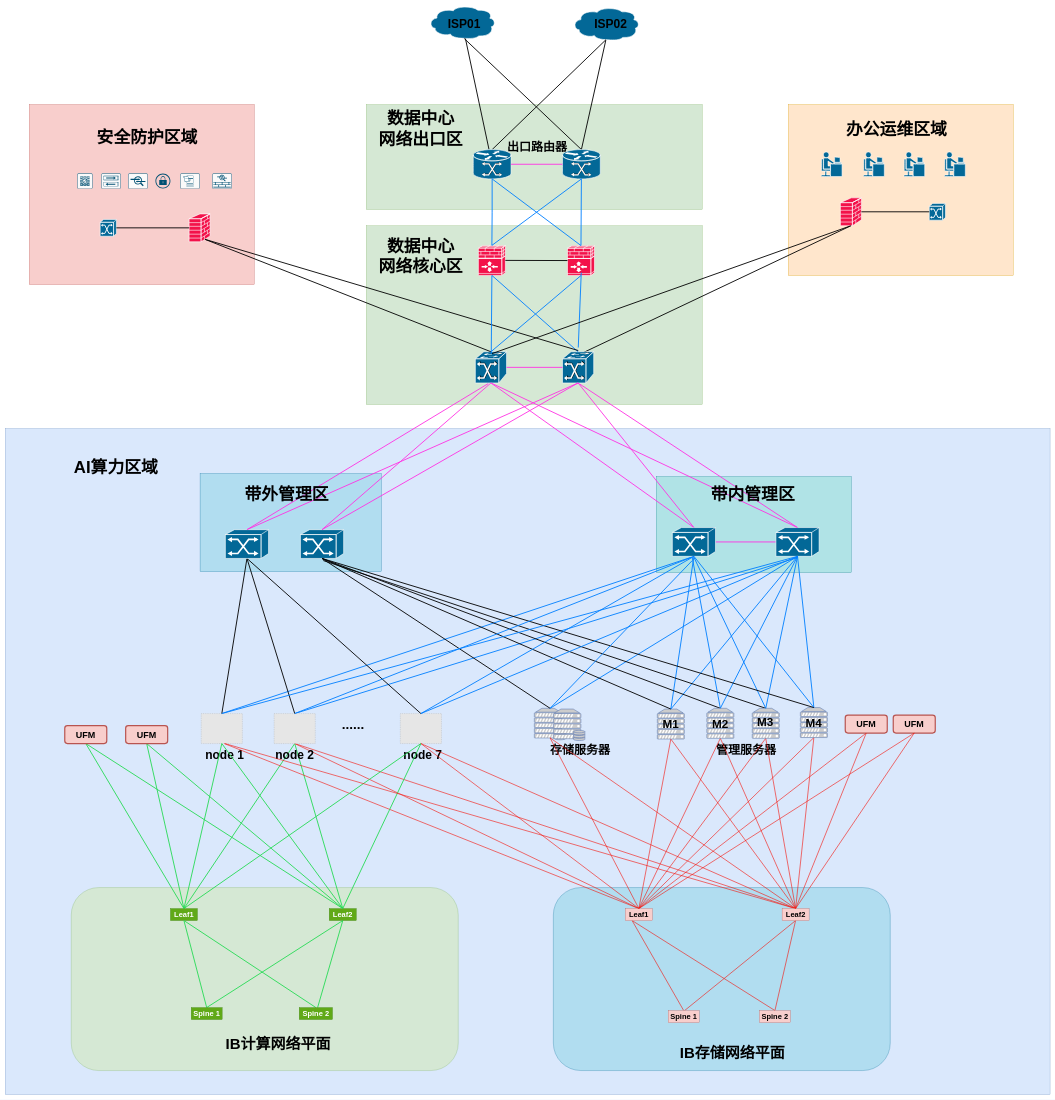
hel-2000/network-draw keeps this draw.io diagram as 数据中心fuzhou组网-7nodes-包括IB整体组网--计算IB带UFMV1.0-1228.drawio. Above is the earlier version. Source tidied: cells renumbered, new cells numbered last; positions are measured from the earlier drawing's top-left corner, leaving out a move shared by most shapes. Both pictures are drawn from the tidied source at 30%, with x=0, y=0 at pixel (5, 5). Pictures stored in the file or linked from it are replaced by grey dashed boxes.
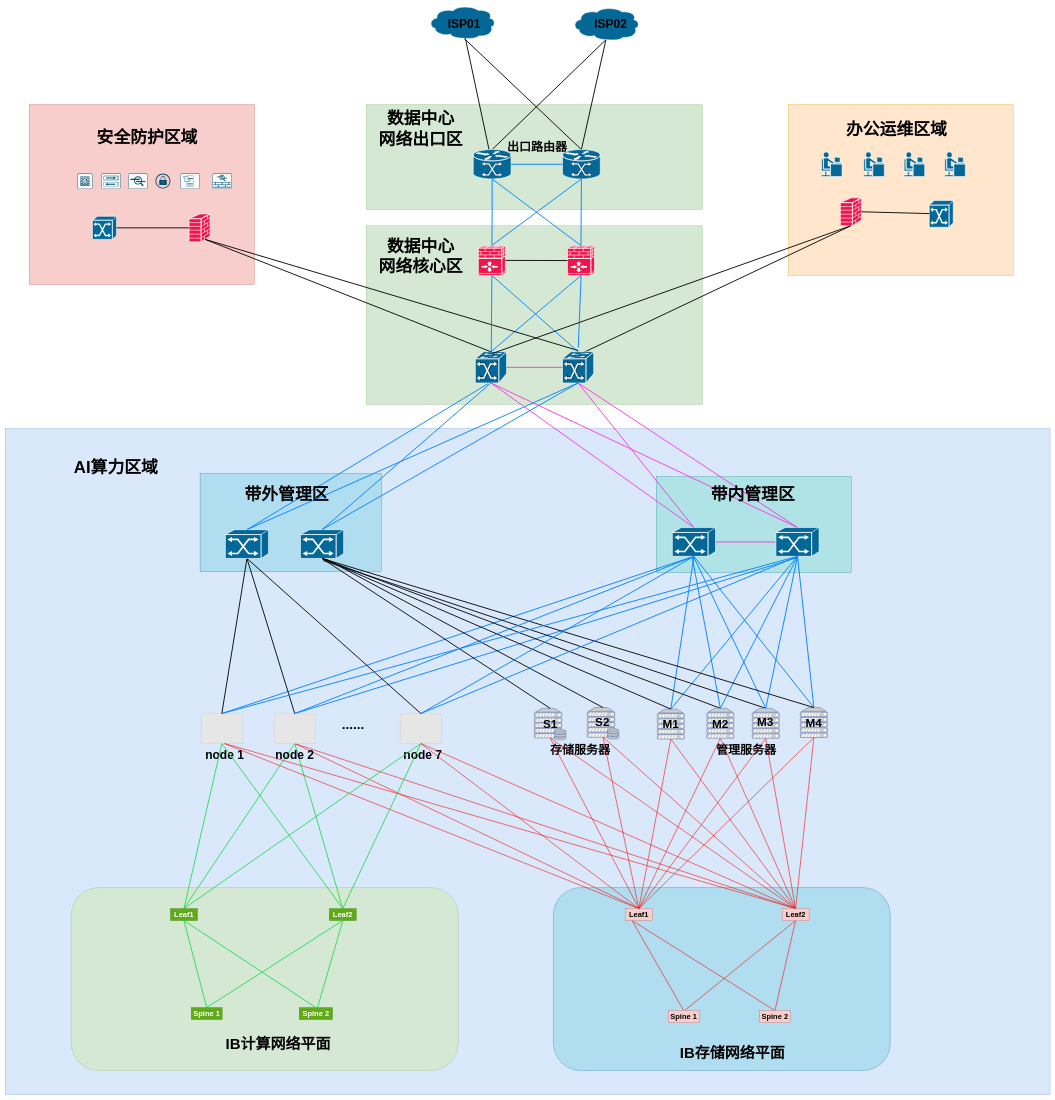
The same diagram, later.

Commit message:
更新数据中心fuzhou组网-7nodes-包括IB整体组网--计算IB带UFMV1.0-1228.drawio

The change refers to these unchanged cells:
```xml
<mxCell id="13" style="shape=mxgraph.cisco.switches.atm_fast_gigabit_etherswitch;sketch=0;html=1;dashed=0;fillColor=#036897;strokeColor=#ffffff;strokeWidth=2;verticalLabelPosition=bottom;verticalAlign=top;align=center;outlineConnect=0;" parent="1" vertex="1">
  <mxGeometry x="1567" y="1154" width="104" height="104" as="geometry" />
</mxCell>
<mxCell id="27" style="fontColor=#0066CC;verticalAlign=top;verticalLabelPosition=bottom;labelPosition=center;align=center;html=1;outlineConnect=0;fillColor=#CCCCCC;strokeColor=#6881B3;gradientColor=none;gradientDirection=north;strokeWidth=2;shape=mxgraph.networks.server_storage;" parent="1" vertex="1">
  <mxGeometry x="1763.6" y="2342.5" width="105" height="105" as="geometry" />
</mxCell>
<mxCell id="45" style="shape=mxgraph.cisco.switches.atm_fast_gigabit_etherswitch;sketch=0;html=1;dashed=0;fillColor=#036897;strokeColor=#ffffff;strokeWidth=2;verticalLabelPosition=bottom;verticalAlign=top;align=center;outlineConnect=0;" parent="1" vertex="1">
  <mxGeometry x="1857.5" y="1154" width="104" height="104" as="geometry" />
</mxCell>
<mxCell id="46" style="shape=mxgraph.cisco.switches.atm_switch;sketch=0;html=1;dashed=0;fillColor=#036897;strokeColor=#ffffff;strokeWidth=2;verticalLabelPosition=bottom;verticalAlign=top;align=center;outlineConnect=0;" parent="1" vertex="1">
  <mxGeometry x="2568.9" y="1740" width="144" height="96" as="geometry" />
</mxCell>
<mxCell id="74" style="shape=mxgraph.cisco.switches.atm_switch;sketch=0;html=1;dashed=0;fillColor=#036897;strokeColor=#ffffff;strokeWidth=2;verticalLabelPosition=bottom;verticalAlign=top;align=center;outlineConnect=0;" parent="1" vertex="1">
  <mxGeometry x="733.7" y="1747" width="144" height="96" as="geometry" />
</mxCell>
<mxCell id="75" style="shape=mxgraph.cisco.switches.atm_switch;sketch=0;html=1;dashed=0;fillColor=#036897;strokeColor=#ffffff;strokeWidth=2;verticalLabelPosition=bottom;verticalAlign=top;align=center;outlineConnect=0;" parent="1" vertex="1">
  <mxGeometry x="984" y="1747" width="144" height="96" as="geometry" />
</mxCell>
<mxCell id="98" value="&lt;b&gt;&lt;font style=&quot;font-size: 25px;&quot;&gt;Leaf1&lt;/font&gt;&lt;/b&gt;" style="rounded=0;whiteSpace=wrap;html=1;fillColor=#60a917;strokeColor=#2D7600;fontColor=#ffffff;" parent="1" vertex="1">
  <mxGeometry x="550.6" y="3010" width="90" height="40" as="geometry" />
</mxCell>
<mxCell id="102" value="&lt;b style=&quot;&quot;&gt;&lt;font style=&quot;&quot;&gt;&lt;font style=&quot;font-size: 25px;&quot;&gt;Leaf2&lt;/font&gt;&lt;br&gt;&lt;/font&gt;&lt;/b&gt;" style="rounded=0;whiteSpace=wrap;html=1;fillColor=#60a917;fontColor=#ffffff;strokeColor=#2D7600;" parent="1" vertex="1">
  <mxGeometry x="1080" y="3010" width="90.2" height="40" as="geometry" />
</mxCell>
<mxCell id="122" value="&lt;b&gt;&lt;font style=&quot;font-size: 25px;&quot;&gt;Leaf1&lt;/font&gt;&lt;/b&gt;" style="rounded=0;whiteSpace=wrap;html=1;fillColor=#f8cecc;strokeColor=#b85450;" parent="1" vertex="1">
  <mxGeometry x="2067" y="3010" width="90" height="40" as="geometry" />
</mxCell>
<mxCell id="126" value="&lt;b&gt;&lt;font style=&quot;font-size: 25px;&quot;&gt;Leaf2&lt;/font&gt;&lt;/b&gt;" style="rounded=0;whiteSpace=wrap;html=1;fillColor=#f8cecc;strokeColor=#b85450;" parent="1" vertex="1">
  <mxGeometry x="2589.5" y="3010" width="90" height="40" as="geometry" />
</mxCell>
<mxCell id="142" style="shape=mxgraph.cisco.routers.gigabit_switch_atm_tag_router;sketch=0;html=1;dashed=0;fillColor=#036897;strokeColor=#ffffff;strokeWidth=2;verticalLabelPosition=bottom;verticalAlign=top;align=center;outlineConnect=0;" parent="1" vertex="1">
  <mxGeometry x="1560" y="480" width="126" height="98" as="geometry" />
</mxCell>
<mxCell id="143" style="shape=mxgraph.cisco.routers.gigabit_switch_atm_tag_router;sketch=0;html=1;dashed=0;fillColor=#036897;strokeColor=#ffffff;strokeWidth=2;verticalLabelPosition=bottom;verticalAlign=top;align=center;outlineConnect=0;" parent="1" vertex="1">
  <mxGeometry x="1857.5" y="480" width="126" height="98" as="geometry" />
</mxCell>
```

The edit, as a diff of the source:
```diff
@@
     <mxCell id="38" style="shape=mxgraph.cisco.switches.atm_switch;sketch=0;html=1;dashed=0;fillColor=#036897;strokeColor=#ffffff;strokeWidth=2;verticalLabelPosition=bottom;verticalAlign=top;align=center;outlineConnect=0;" parent="1" vertex="1">
-      <mxGeometry x="3080" y="659.5" width="54" height="56" as="geometry" />
+      <mxGeometry x="3080" y="650" width="80" height="89" as="geometry" />
     </mxCell>
     <mxCell id="39" style="shape=mxgraph.cisco.switches.atm_switch;sketch=0;html=1;dashed=0;fillColor=#036897;strokeColor=#ffffff;strokeWidth=2;verticalLabelPosition=bottom;verticalAlign=top;align=center;outlineConnect=0;" parent="1" vertex="1">
-      <mxGeometry x="316.4" y="713" width="54" height="56" as="geometry" />
+      <mxGeometry x="290.6" y="702.5" width="80.4" height="77" as="geometry" />
     </mxCell>
@@
     <mxCell id="56" style="fontColor=#0066CC;verticalAlign=top;verticalLabelPosition=bottom;labelPosition=center;align=center;html=1;outlineConnect=0;fillColor=#CCCCCC;strokeColor=#6881B3;gradientColor=none;gradientDirection=north;strokeWidth=2;shape=mxgraph.networks.server_storage;" parent="1" vertex="1">
-      <mxGeometry x="1827" y="2345" width="105" height="105" as="geometry" />
+      <mxGeometry x="1940" y="2340" width="105" height="105" as="geometry" />
     </mxCell>
@@
-    <mxCell id="65" style="rounded=0;jettySize=auto;html=1;exitX=0.5;exitY=0;exitDx=0;exitDy=0;exitPerimeter=0;entryX=0.5;entryY=1;entryDx=0;entryDy=0;entryPerimeter=0;endArrow=none;strokeWidth=3;endFill=0;strokeColor=#007FFF;" parent="1" edge="1" source="27" target="46">
-      <mxGeometry relative="1" as="geometry" />
+    <mxCell id="65" style="rounded=0;jettySize=auto;html=1;exitX=0.5;exitY=0;exitDx=0;exitDy=0;endArrow=none;strokeWidth=3;endFill=0;strokeColor=default;exitPerimeter=0;" parent="1" edge="1" source="56">
+      <mxGeometry relative="1" as="geometry">
+        <mxPoint x="1060" y="1840" as="targetPoint" />
+      </mxGeometry>
     </mxCell>
@@
-    <mxCell id="70" style="rounded=0;jettySize=auto;html=1;exitX=0.5;exitY=0;exitDx=0;exitDy=0;exitPerimeter=0;endArrow=none;strokeColor=#ff33e4;strokeWidth=3;endFill=0;" parent="1" edge="1" source="74">
+    <mxCell id="70" style="rounded=0;jettySize=auto;html=1;exitX=0.5;exitY=0;exitDx=0;exitDy=0;exitPerimeter=0;endArrow=none;strokeColor=#007FFF;strokeWidth=3;endFill=0;" parent="1" edge="1" source="74">
       <mxGeometry relative="1" as="geometry">
         <mxPoint x="1610" y="1260" as="targetPoint" />
       </mxGeometry>
     </mxCell>
@@
-    <mxCell id="76" style="rounded=0;jettySize=auto;html=1;exitX=0.5;exitY=0;exitDx=0;exitDy=0;exitPerimeter=0;entryX=0.5;entryY=1;entryDx=0;entryDy=0;entryPerimeter=0;endArrow=none;strokeColor=#ff33e4;strokeWidth=3;endFill=0;" parent="1" edge="1" source="74" target="45">
+    <mxCell id="76" style="rounded=0;jettySize=auto;html=1;exitX=0.5;exitY=0;exitDx=0;exitDy=0;exitPerimeter=0;entryX=0.5;entryY=1;entryDx=0;entryDy=0;entryPerimeter=0;endArrow=none;strokeColor=#007FFF;strokeWidth=3;endFill=0;" parent="1" edge="1" source="74" target="45">
       <mxGeometry relative="1" as="geometry" />
     </mxCell>
-    <mxCell id="77" style="rounded=0;jettySize=auto;html=1;exitX=0.5;exitY=0;exitDx=0;exitDy=0;exitPerimeter=0;entryX=0.5;entryY=1;entryDx=0;entryDy=0;entryPerimeter=0;endArrow=none;strokeColor=#ff33e4;strokeWidth=3;endFill=0;" parent="1" edge="1" source="75" target="13">
+    <mxCell id="77" style="rounded=0;jettySize=auto;html=1;exitX=0.5;exitY=0;exitDx=0;exitDy=0;exitPerimeter=0;entryX=0.5;entryY=1;entryDx=0;entryDy=0;entryPerimeter=0;endArrow=none;strokeColor=#007FFF;strokeWidth=3;endFill=0;" parent="1" edge="1" source="75" target="13">
       <mxGeometry relative="1" as="geometry" />
     </mxCell>
-    <mxCell id="78" style="rounded=0;jettySize=auto;html=1;exitX=0.5;exitY=0;exitDx=0;exitDy=0;exitPerimeter=0;entryX=0.5;entryY=1;entryDx=0;entryDy=0;entryPerimeter=0;endArrow=none;strokeColor=#ff33e4;strokeWidth=3;endFill=0;" parent="1" edge="1" source="75" target="45">
+    <mxCell id="78" style="rounded=0;jettySize=auto;html=1;exitX=0.5;exitY=0;exitDx=0;exitDy=0;exitPerimeter=0;entryX=0.5;entryY=1;entryDx=0;entryDy=0;entryPerimeter=0;endArrow=none;strokeColor=#007FFF;strokeWidth=3;endFill=0;" parent="1" edge="1" source="75" target="45">
       <mxGeometry relative="1" as="geometry" />
     </mxCell>
@@
-    <mxCell id="94" value="&lt;font style=&quot;font-size: 30px;&quot;&gt;&lt;b&gt;UFM&lt;/b&gt;&lt;/font&gt;" style="rounded=1;whiteSpace=wrap;html=1;strokeColor=#b85450;strokeWidth=4;fillColor=#f8cecc;" parent="1" vertex="1">
-      <mxGeometry x="2960" y="2365" width="140" height="60" as="geometry" />
-    </mxCell>
@@
-    <mxCell id="110" style="rounded=0;jettySize=auto;html=1;endArrow=none;strokeColor=#f5120a;fillColor=#f8cecc;strokeWidth=2;endFill=0;exitX=0.5;exitY=1;exitDx=0;exitDy=0;entryX=0.5;entryY=0;entryDx=0;entryDy=0;" parent="1" edge="1" source="111" target="122">
-      <mxGeometry relative="1" as="geometry" />
-    </mxCell>
-    <mxCell id="111" value="&lt;font style=&quot;font-size: 30px;&quot;&gt;&lt;b&gt;UFM&lt;/b&gt;&lt;/font&gt;" style="rounded=1;whiteSpace=wrap;html=1;strokeColor=#b85450;strokeWidth=4;fillColor=#f8cecc;" parent="1" vertex="1">
-      <mxGeometry x="2800" y="2365" width="140" height="60" as="geometry" />
-    </mxCell>
@@
-    <mxCell id="121" style="rounded=0;jettySize=auto;html=1;entryX=0.5;entryY=1;entryDx=0;entryDy=0;endArrow=none;strokeColor=#f5120a;fillColor=#f8cecc;strokeWidth=2;endFill=0;exitX=0.5;exitY=0;exitDx=0;exitDy=0;" parent="1" edge="1" source="122" target="94">
-      <mxGeometry relative="1" as="geometry" />
-    </mxCell>
+    <mxCell id="174" style="rounded=0;jettySize=auto;html=1;exitX=0.5;exitY=0;exitDx=0;exitDy=0;endArrow=none;strokeColor=#f5120a;fillColor=#f8cecc;strokeWidth=2;endFill=0;entryX=0.5;entryY=0.94;entryDx=0;entryDy=0;entryPerimeter=0;" parent="1" edge="1" source="122" target="56">
+      <mxGeometry relative="1" as="geometry" />
+    </mxCell>
@@
-    <mxCell id="124" style="rounded=0;jettySize=auto;html=1;exitX=0.5;exitY=0;exitDx=0;exitDy=0;endArrow=none;strokeColor=#f5120a;fillColor=#f8cecc;strokeWidth=2;endFill=0;entryX=0.5;entryY=1;entryDx=0;entryDy=0;" parent="1" edge="1" source="126" target="111">
-      <mxGeometry relative="1" as="geometry" />
-    </mxCell>
-    <mxCell id="125" style="rounded=0;jettySize=auto;html=1;exitX=0.5;exitY=0;exitDx=0;exitDy=0;endArrow=none;strokeColor=#f5120a;fillColor=#f8cecc;strokeWidth=2;endFill=0;entryX=0.5;entryY=1;entryDx=0;entryDy=0;" parent="1" edge="1" source="126" target="94">
-      <mxGeometry relative="1" as="geometry" />
-    </mxCell>
+    <mxCell id="175" style="rounded=0;jettySize=auto;html=1;exitX=0.5;exitY=0;exitDx=0;exitDy=0;endArrow=none;strokeColor=#f5120a;fillColor=#f8cecc;strokeWidth=2;endFill=0;entryX=0.5;entryY=0.94;entryDx=0;entryDy=0;entryPerimeter=0;" parent="1" edge="1" source="126" target="56">
+      <mxGeometry relative="1" as="geometry" />
+    </mxCell>
@@
-    <mxCell id="144" style="rounded=0;jettySize=auto;html=1;exitX=1;exitY=0.5;exitDx=0;exitDy=0;exitPerimeter=0;entryX=0;entryY=0.5;entryDx=0;entryDy=0;entryPerimeter=0;endArrow=none;strokeColor=#ff33e4;strokeWidth=3;endFill=0;" parent="1" edge="1" source="142" target="143">
+    <mxCell id="144" style="rounded=0;jettySize=auto;html=1;exitX=1;exitY=0.5;exitDx=0;exitDy=0;exitPerimeter=0;entryX=0;entryY=0.5;entryDx=0;entryDy=0;entryPerimeter=0;endArrow=none;strokeColor=#007FFF;strokeWidth=3;endFill=0;" parent="1" edge="1" source="142" target="143">
       <mxGeometry relative="1" as="geometry" />
     </mxCell>
@@
-    <mxCell id="162" style="rounded=0;jettySize=auto;html=1;exitX=0.5;exitY=1;exitDx=0;exitDy=0;endArrow=none;strokeColor=#29db56;endFill=0;strokeWidth=3;entryX=0.5;entryY=0;entryDx=0;entryDy=0;" parent="1" edge="1" source="164" target="102">
-      <mxGeometry relative="1" as="geometry" />
-    </mxCell>
-    <mxCell id="163" style="rounded=0;jettySize=auto;html=1;exitX=0.5;exitY=1;exitDx=0;exitDy=0;endArrow=none;strokeColor=#29db56;endFill=0;strokeWidth=3;entryX=0.5;entryY=0;entryDx=0;entryDy=0;" parent="1" edge="1" source="164" target="98">
-      <mxGeometry relative="1" as="geometry" />
-    </mxCell>
-    <mxCell id="164" value="&lt;font style=&quot;font-size: 30px;&quot;&gt;&lt;b&gt;UFM&lt;/b&gt;&lt;/font&gt;" style="rounded=1;whiteSpace=wrap;html=1;strokeColor=#b85450;strokeWidth=4;fillColor=#f8cecc;" parent="1" vertex="1">
-      <mxGeometry x="401.4" y="2400" width="140" height="60" as="geometry" />
-    </mxCell>
-    <mxCell id="165" style="rounded=0;jettySize=auto;html=1;exitX=0.5;exitY=1;exitDx=0;exitDy=0;endArrow=none;strokeColor=#29db56;endFill=0;strokeWidth=3;entryX=0.5;entryY=0;entryDx=0;entryDy=0;" parent="1" edge="1" source="167" target="98">
-      <mxGeometry relative="1" as="geometry" />
-    </mxCell>
-    <mxCell id="166" style="rounded=0;jettySize=auto;html=1;exitX=0.5;exitY=1;exitDx=0;exitDy=0;endArrow=none;strokeColor=#29db56;endFill=0;strokeWidth=3;entryX=0.5;entryY=0;entryDx=0;entryDy=0;" parent="1" edge="1" source="167" target="102">
-      <mxGeometry relative="1" as="geometry" />
-    </mxCell>
-    <mxCell id="167" value="&lt;font style=&quot;font-size: 30px;&quot;&gt;&lt;b&gt;UFM&lt;/b&gt;&lt;/font&gt;" style="rounded=1;whiteSpace=wrap;html=1;strokeColor=#b85450;strokeWidth=4;fillColor=#f8cecc;" parent="1" vertex="1">
-      <mxGeometry x="198.4" y="2400" width="140" height="60" as="geometry" />
-    </mxCell>
@@
-    <mxCell id="172" style="rounded=0;jettySize=auto;html=1;exitX=0.5;exitY=0;exitDx=0;exitDy=0;exitPerimeter=0;endArrow=none;strokeColor=#007FFF;strokeWidth=3;endFill=0;" parent="1" edge="1" source="27">
-      <mxGeometry relative="1" as="geometry">
-        <mxPoint x="2290" y="1850" as="targetPoint" />
-      </mxGeometry>
-    </mxCell>
@@
+    <mxCell id="176" value="&lt;font style=&quot;font-size: 39px;&quot;&gt;&lt;b&gt;S1&lt;/b&gt;&lt;/font&gt;" style="text;strokeColor=none;align=center;fillColor=none;html=1;verticalAlign=middle;whiteSpace=wrap;rounded=0;" parent="1" vertex="1">
+      <mxGeometry x="1775.6" y="2365" width="81" height="60" as="geometry" />
+    </mxCell>
+    <mxCell id="177" value="&lt;font style=&quot;font-size: 39px;&quot;&gt;&lt;b&gt;S2&lt;/b&gt;&lt;/font&gt;" style="text;strokeColor=none;align=center;fillColor=none;html=1;verticalAlign=middle;whiteSpace=wrap;rounded=0;" parent="1" vertex="1">
+      <mxGeometry x="1950" y="2360" width="81" height="60" as="geometry" />
+    </mxCell>
```
